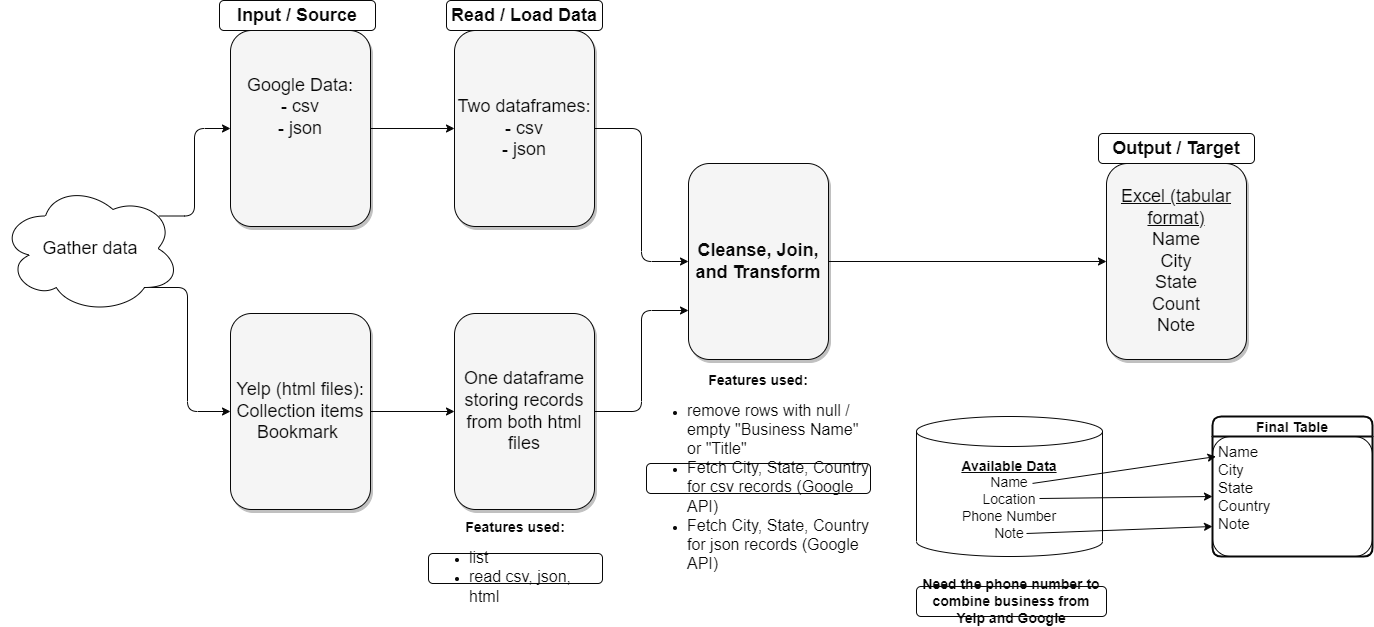
Above: Project Diagram.drawio.png in mary-vo/my-google-and-yelp-places (draw.io), before the change. Source tidied: cells renumbered, new cells last; positions are measured from the earlier drawing's top-left corner, leaving out a move shared by most shapes.
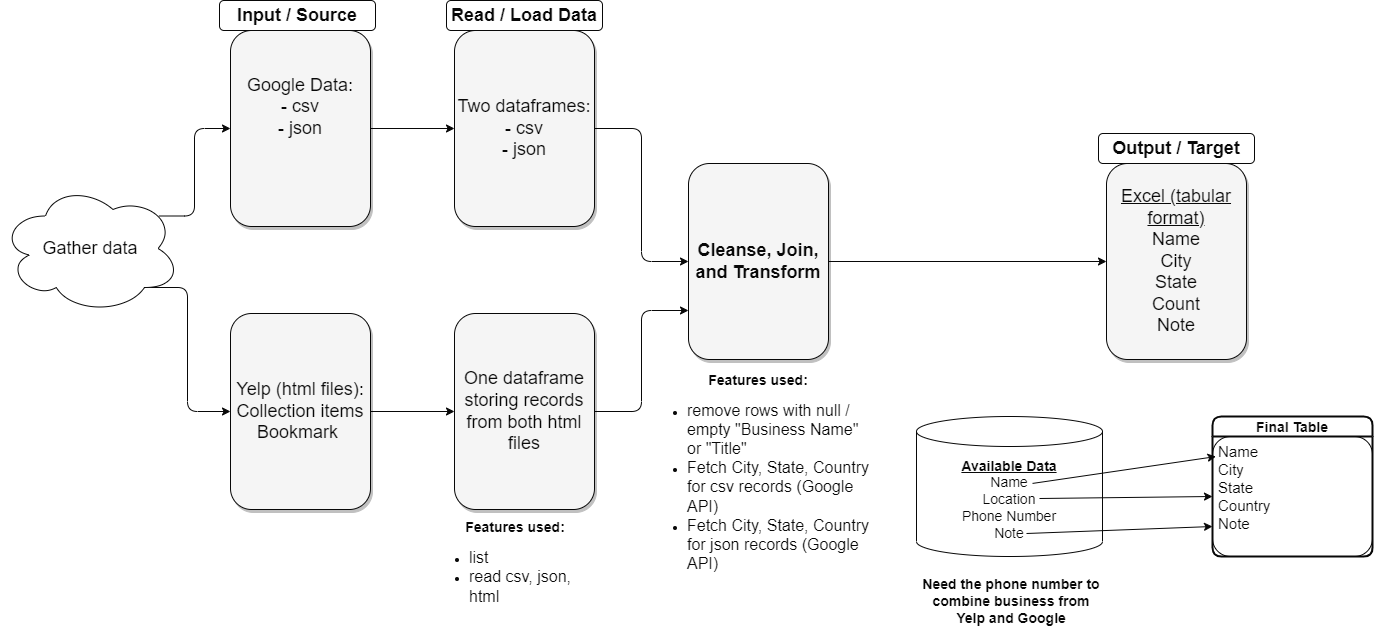
Later version of the same file.

Diff of the diagram source:
```diff
@@ -75,13 +75,13 @@
         <mxPoint x="1026" y="533" as="sourcePoint" />
       </mxGeometry>
     </mxCell>
-    <mxCell id="25" value="Need the phone number to combine business from Yelp and Google" style="text;strokeColor=#080808;align=center;fillColor=none;html=1;verticalAlign=middle;whiteSpace=wrap;rounded=1;fontSize=14;fontStyle=1;fontColor=#080808;" parent="1" vertex="1">
+    <mxCell id="25" value="Need the phone number to combine business from Yelp and Google" style="text;strokeColor=none;align=center;fillColor=none;html=1;verticalAlign=middle;whiteSpace=wrap;rounded=1;fontSize=14;fontStyle=1;fontColor=#080808;" parent="1" vertex="1">
       <mxGeometry x="916" y="586" width="190" height="30" as="geometry" />
     </mxCell>
-    <mxCell id="26" value="&lt;font style=&quot;font-size: 14px;&quot;&gt;&lt;b&gt;Features used:&lt;/b&gt;&lt;br&gt;&lt;/font&gt;&lt;ul&gt;&lt;li style=&quot;text-align: left;&quot;&gt;&lt;font size=&quot;3&quot;&gt;remove rows with null / empty &quot;Business Name&quot; or &quot;Title&quot;&amp;nbsp;&lt;/font&gt;&lt;/li&gt;&lt;li style=&quot;text-align: left;&quot;&gt;&lt;font size=&quot;3&quot;&gt;Fetch City, State, Country for csv records (Google API)&lt;/font&gt;&lt;/li&gt;&lt;li style=&quot;border-color: var(--border-color); text-align: left;&quot;&gt;&lt;font style=&quot;border-color: var(--border-color);&quot; size=&quot;3&quot;&gt;Fetch City, State, Country for json records (Google API)&lt;/font&gt;&lt;/li&gt;&lt;/ul&gt;" style="text;strokeColor=#080808;align=center;fillColor=none;html=1;verticalAlign=middle;whiteSpace=wrap;rounded=1;fontColor=#080808;" parent="1" vertex="1">
+    <mxCell id="26" value="&lt;font style=&quot;font-size: 14px;&quot;&gt;&lt;b&gt;Features used:&lt;/b&gt;&lt;br&gt;&lt;/font&gt;&lt;ul&gt;&lt;li style=&quot;text-align: left;&quot;&gt;&lt;font size=&quot;3&quot;&gt;remove rows with null / empty &quot;Business Name&quot; or &quot;Title&quot;&amp;nbsp;&lt;/font&gt;&lt;/li&gt;&lt;li style=&quot;text-align: left;&quot;&gt;&lt;font size=&quot;3&quot;&gt;Fetch City, State, Country for csv records (Google API)&lt;/font&gt;&lt;/li&gt;&lt;li style=&quot;border-color: var(--border-color); text-align: left;&quot;&gt;&lt;font style=&quot;border-color: var(--border-color);&quot; size=&quot;3&quot;&gt;Fetch City, State, Country for json records (Google API)&lt;/font&gt;&lt;/li&gt;&lt;/ul&gt;" style="text;strokeColor=none;align=center;fillColor=none;html=1;verticalAlign=middle;whiteSpace=wrap;rounded=1;fontColor=#080808;" parent="1" vertex="1">
       <mxGeometry x="646" y="463" width="224" height="30" as="geometry" />
     </mxCell>
-    <mxCell id="27" value="&lt;font style=&quot;font-size: 14px;&quot;&gt;&lt;b&gt;Features used:&lt;/b&gt;&lt;br&gt;&lt;/font&gt;&lt;ul&gt;&lt;li style=&quot;text-align: left;&quot;&gt;&lt;font size=&quot;3&quot;&gt;list&lt;/font&gt;&lt;/li&gt;&lt;li style=&quot;text-align: left;&quot;&gt;&lt;font size=&quot;3&quot;&gt;read csv, json, html&lt;/font&gt;&lt;/li&gt;&lt;/ul&gt;" style="text;strokeColor=#080808;align=center;fillColor=none;html=1;verticalAlign=middle;whiteSpace=wrap;rounded=1;fontColor=#080808;" parent="1" vertex="1">
+    <mxCell id="27" value="&lt;font style=&quot;font-size: 14px;&quot;&gt;&lt;b&gt;Features used:&lt;/b&gt;&lt;br&gt;&lt;/font&gt;&lt;ul&gt;&lt;li style=&quot;text-align: left;&quot;&gt;&lt;font size=&quot;3&quot;&gt;list&lt;/font&gt;&lt;/li&gt;&lt;li style=&quot;text-align: left;&quot;&gt;&lt;font size=&quot;3&quot;&gt;read csv, json, html&lt;/font&gt;&lt;/li&gt;&lt;/ul&gt;" style="text;strokeColor=none;align=center;fillColor=none;html=1;verticalAlign=middle;whiteSpace=wrap;rounded=1;fontColor=#080808;" parent="1" vertex="1">
       <mxGeometry x="428" y="553" width="174" height="30" as="geometry" />
     </mxCell>
   </root>
```
